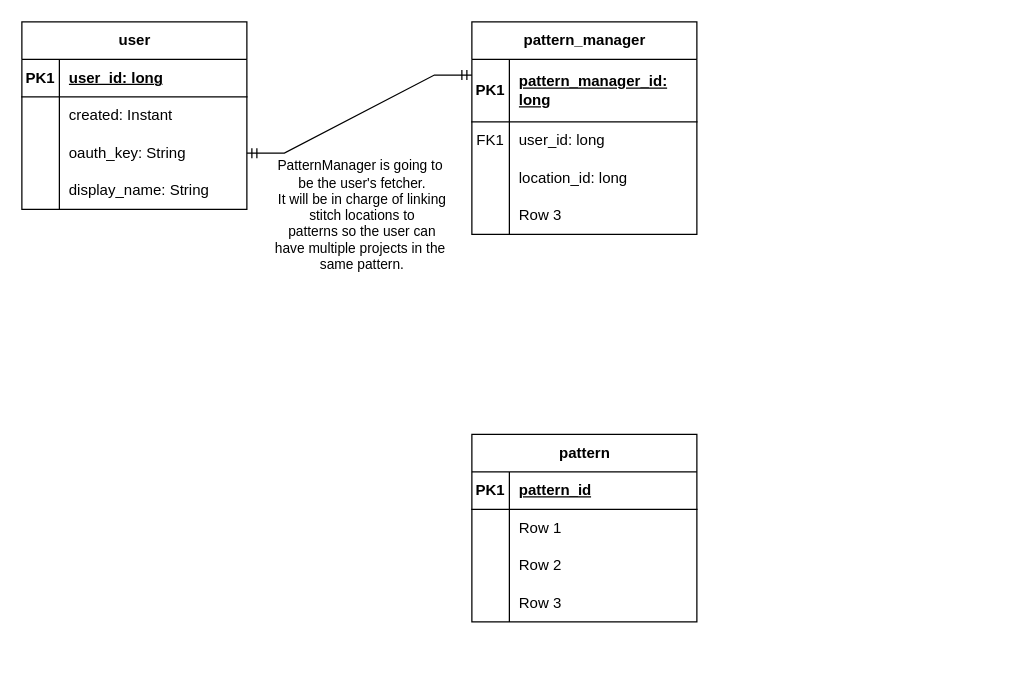
Above: work/erd.drawio in ddc-java-17/sereknitty-thedaniellescott (draw.io), before the change. Source tidied: cells renumbered, new cells numbered last; positions are measured from the earlier drawing's top-left corner, leaving out a move shared by most shapes. Both pictures are drawn from the tidied source at 125%, with x=0, y=0 at pixel (21, -54).
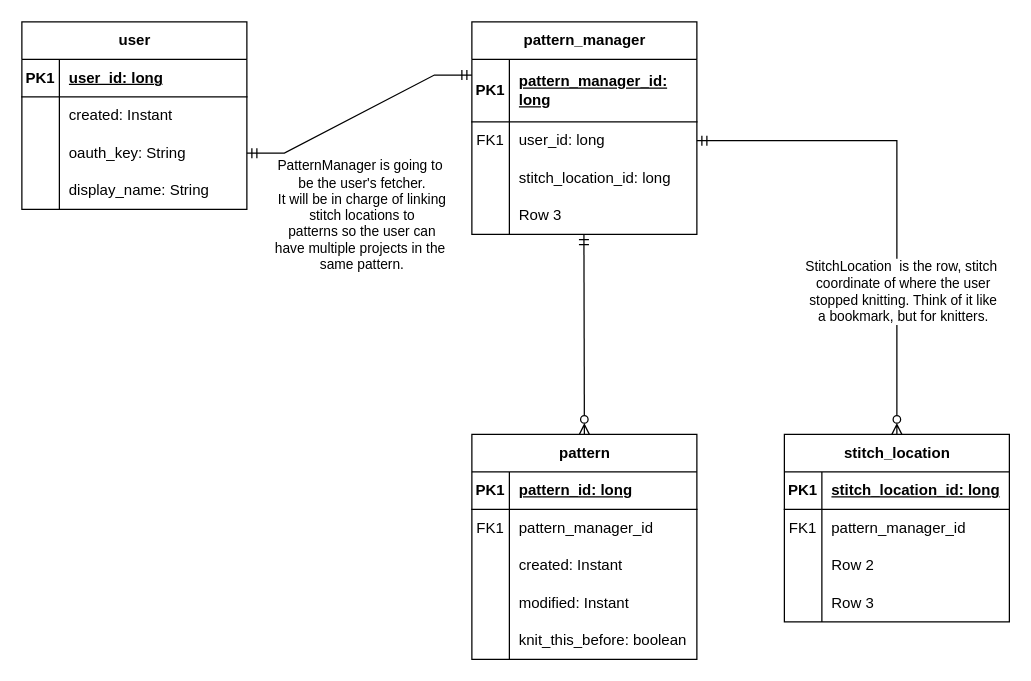
The same page after the edit.

Commit message (it also covers changes not shown here):
I deleted a drawio... something. Updated ERD. If the last commit wasn't obvious enough, I also added a StitchLocation entity. StitchLocation in progress.

The change refers to these unchanged cells:
```xml
<mxCell id="19" style="shape=tableRow;horizontal=0;startSize=0;swimlaneHead=0;swimlaneBody=0;fillColor=none;points=[[0,0.5],[1,0.5]];portConstraint=eastwest;top=0;left=0;right=0;bottom=0;" parent="15" vertex="1">
  <mxGeometry y="80" width="180" height="30" as="geometry" />
</mxCell>
<mxCell id="22" style="shape=tableRow;horizontal=0;startSize=0;swimlaneHead=0;swimlaneBody=0;fillColor=none;top=0;left=0;right=0;bottom=0;" parent="15" vertex="1">
  <mxGeometry y="110" width="180" height="30" as="geometry" />
</mxCell>
<mxCell id="25" style="shape=tableRow;horizontal=0;startSize=0;swimlaneHead=0;swimlaneBody=0;fillColor=none;points=[[0,0.5],[1,0.5]];portConstraint=eastwest;top=0;left=0;right=0;bottom=0;" parent="15" vertex="1">
  <mxGeometry y="140" width="180" height="30" as="geometry" />
</mxCell>
<mxCell id="31" style="shape=tableRow;horizontal=0;startSize=0;swimlaneHead=0;swimlaneBody=0;fillColor=none;top=0;left=0;right=0;bottom=1;" parent="30" vertex="1">
  <mxGeometry y="30" width="180" height="30" as="geometry" />
</mxCell>
<mxCell id="34" style="shape=tableRow;horizontal=0;startSize=0;swimlaneHead=0;swimlaneBody=0;fillColor=none;top=0;left=0;right=0;bottom=0;" parent="30" vertex="1">
  <mxGeometry y="60" width="180" height="30" as="geometry" />
</mxCell>
```

Change to the diagram source:
```diff
@@
-    <mxCell id="24" value="location_id: long" style="shape=partialRectangle;fillColor=none;top=0;left=0;bottom=0;right=0;align=left;spacingLeft=6;overflow=hidden;whiteSpace=wrap;html=1;" parent="22" vertex="1">
+    <mxCell id="24" value="stitch_location_id: long" style="shape=partialRectangle;fillColor=none;top=0;left=0;bottom=0;right=0;align=left;spacingLeft=6;overflow=hidden;whiteSpace=wrap;html=1;" parent="22" vertex="1">
       <mxGeometry x="30" width="150" height="30" as="geometry" />
     </mxCell>
@@
     <mxCell id="30" value="pattern" style="shape=table;startSize=30;childLayout=tableLayout;rowLines=0;fontStyle=1;align=center;html=1;" parent="1" vertex="1">
-      <mxGeometry x="360" y="390" width="180" height="150" as="geometry" />
+      <mxGeometry x="360" y="390" width="180" height="180" as="geometry" />
     </mxCell>
@@
-    <mxCell id="33" value="pattern_id" style="shape=partialRectangle;fillColor=none;top=0;left=0;bottom=0;right=0;align=left;spacingLeft=6;fontStyle=5;overflow=hidden;whiteSpace=wrap;html=1;" parent="31" vertex="1">
+    <mxCell id="33" value="pattern_id: long" style="shape=partialRectangle;fillColor=none;top=0;left=0;bottom=0;right=0;align=left;spacingLeft=6;fontStyle=5;overflow=hidden;whiteSpace=wrap;html=1;" parent="31" vertex="1">
       <mxGeometry x="30" width="150" height="30" as="geometry" />
     </mxCell>
@@
-    <mxCell id="35" style="shape=partialRectangle;fillColor=none;top=0;left=0;bottom=0;right=0;overflow=hidden;whiteSpace=wrap;html=1;" parent="34" vertex="1">
+    <mxCell id="35" value="FK1" style="shape=partialRectangle;fillColor=none;top=0;left=0;bottom=0;right=0;overflow=hidden;whiteSpace=wrap;html=1;" parent="34" vertex="1">
       <mxGeometry width="30" height="30" as="geometry" />
     </mxCell>
-    <mxCell id="36" value="Row 1" style="shape=partialRectangle;fillColor=none;top=0;left=0;bottom=0;right=0;align=left;spacingLeft=6;overflow=hidden;whiteSpace=wrap;html=1;" parent="34" vertex="1">
+    <mxCell id="36" value="pattern_manager_id" style="shape=partialRectangle;fillColor=none;top=0;left=0;bottom=0;right=0;align=left;spacingLeft=6;overflow=hidden;whiteSpace=wrap;html=1;" parent="34" vertex="1">
       <mxGeometry x="30" width="150" height="30" as="geometry" />
     </mxCell>
+    <mxCell id="43" style="shape=tableRow;horizontal=0;startSize=0;swimlaneHead=0;swimlaneBody=0;fillColor=none;top=0;left=0;right=0;bottom=0;" parent="30" vertex="1">
+      <mxGeometry y="90" width="180" height="30" as="geometry" />
+    </mxCell>
+    <mxCell id="44" style="shape=partialRectangle;fillColor=none;top=0;left=0;bottom=0;right=0;overflow=hidden;whiteSpace=wrap;html=1;" parent="43" vertex="1">
+      <mxGeometry width="30" height="30" as="geometry" />
+    </mxCell>
+    <mxCell id="45" value="created: Instant" style="shape=partialRectangle;fillColor=none;top=0;left=0;bottom=0;right=0;align=left;spacingLeft=6;overflow=hidden;whiteSpace=wrap;html=1;" parent="43" vertex="1">
+      <mxGeometry x="30" width="150" height="30" as="geometry" />
+    </mxCell>
     <mxCell id="37" style="shape=tableRow;horizontal=0;startSize=0;swimlaneHead=0;swimlaneBody=0;fillColor=none;top=0;left=0;right=0;bottom=0;" parent="30" vertex="1">
-      <mxGeometry y="90" width="180" height="30" as="geometry" />
+      <mxGeometry y="120" width="180" height="30" as="geometry" />
     </mxCell>
@@
-    <mxCell id="39" value="Row 2" style="shape=partialRectangle;fillColor=none;top=0;left=0;bottom=0;right=0;align=left;spacingLeft=6;overflow=hidden;whiteSpace=wrap;html=1;" parent="37" vertex="1">
+    <mxCell id="39" value="modified: Instant" style="shape=partialRectangle;fillColor=none;top=0;left=0;bottom=0;right=0;align=left;spacingLeft=6;overflow=hidden;whiteSpace=wrap;html=1;" parent="37" vertex="1">
       <mxGeometry x="30" width="150" height="30" as="geometry" />
     </mxCell>
     <mxCell id="40" style="shape=tableRow;horizontal=0;startSize=0;swimlaneHead=0;swimlaneBody=0;fillColor=none;top=0;left=0;right=0;bottom=0;" parent="30" vertex="1">
-      <mxGeometry y="120" width="180" height="30" as="geometry" />
+      <mxGeometry y="150" width="180" height="30" as="geometry" />
     </mxCell>
@@
-    <mxCell id="42" value="Row 3" style="shape=partialRectangle;fillColor=none;top=0;left=0;bottom=0;right=0;align=left;spacingLeft=6;overflow=hidden;whiteSpace=wrap;html=1;" parent="40" vertex="1">
+    <mxCell id="42" value="knit_this_before: boolean" style="shape=partialRectangle;fillColor=none;top=0;left=0;bottom=0;right=0;align=left;spacingLeft=6;overflow=hidden;whiteSpace=wrap;html=1;" parent="40" vertex="1">
       <mxGeometry x="30" width="150" height="30" as="geometry" />
     </mxCell>
+    <mxCell id="46" style="fontSize=12;html=1;endArrow=ERmandOne;startArrow=ERzeroToMany;rounded=0;endFill=0;entryX=0.498;entryY=1.007;entryDx=0;entryDy=0;entryPerimeter=0;exitX=0.5;exitY=0;exitDx=0;exitDy=0;startFill=0;" parent="1" edge="1" source="30" target="25">
+      <mxGeometry relative="1" as="geometry" />
+    </mxCell>
+    <mxCell id="47" value="stitch_location" style="shape=table;startSize=30;childLayout=tableLayout;rowLines=0;fontStyle=1;align=center;html=1;" parent="1" vertex="1">
+      <mxGeometry x="610" y="390" width="180" height="150" as="geometry" />
+    </mxCell>
+    <mxCell id="48" style="shape=tableRow;horizontal=0;startSize=0;swimlaneHead=0;swimlaneBody=0;fillColor=none;top=0;left=0;right=0;bottom=1;" parent="47" vertex="1">
+      <mxGeometry y="30" width="180" height="30" as="geometry" />
+    </mxCell>
+    <mxCell id="49" value="PK1" style="shape=partialRectangle;fillColor=none;top=0;left=0;bottom=0;right=0;fontStyle=1;overflow=hidden;whiteSpace=wrap;html=1;" parent="48" vertex="1">
+      <mxGeometry width="30" height="30" as="geometry" />
+    </mxCell>
+    <mxCell id="50" value="stitch_location_id: long" style="shape=partialRectangle;fillColor=none;top=0;left=0;bottom=0;right=0;align=left;spacingLeft=6;fontStyle=5;overflow=hidden;whiteSpace=wrap;html=1;" parent="48" vertex="1">
+      <mxGeometry x="30" width="150" height="30" as="geometry" />
+    </mxCell>
+    <mxCell id="51" style="shape=tableRow;horizontal=0;startSize=0;swimlaneHead=0;swimlaneBody=0;fillColor=none;top=0;left=0;right=0;bottom=0;" parent="47" vertex="1">
+      <mxGeometry y="60" width="180" height="30" as="geometry" />
+    </mxCell>
+    <mxCell id="52" value="FK1" style="shape=partialRectangle;fillColor=none;top=0;left=0;bottom=0;right=0;overflow=hidden;whiteSpace=wrap;html=1;" parent="51" vertex="1">
+      <mxGeometry width="30" height="30" as="geometry" />
+    </mxCell>
+    <mxCell id="53" value="pattern_manager_id" style="shape=partialRectangle;fillColor=none;top=0;left=0;bottom=0;right=0;align=left;spacingLeft=6;overflow=hidden;whiteSpace=wrap;html=1;" parent="51" vertex="1">
+      <mxGeometry x="30" width="150" height="30" as="geometry" />
+    </mxCell>
+    <mxCell id="54" style="shape=tableRow;horizontal=0;startSize=0;swimlaneHead=0;swimlaneBody=0;fillColor=none;top=0;left=0;right=0;bottom=0;" parent="47" vertex="1">
+      <mxGeometry y="90" width="180" height="30" as="geometry" />
+    </mxCell>
+    <mxCell id="55" style="shape=partialRectangle;fillColor=none;top=0;left=0;bottom=0;right=0;overflow=hidden;whiteSpace=wrap;html=1;" parent="54" vertex="1">
+      <mxGeometry width="30" height="30" as="geometry" />
+    </mxCell>
+    <mxCell id="56" value="Row 2" style="shape=partialRectangle;fillColor=none;top=0;left=0;bottom=0;right=0;align=left;spacingLeft=6;overflow=hidden;whiteSpace=wrap;html=1;" parent="54" vertex="1">
+      <mxGeometry x="30" width="150" height="30" as="geometry" />
+    </mxCell>
+    <mxCell id="57" style="shape=tableRow;horizontal=0;startSize=0;swimlaneHead=0;swimlaneBody=0;fillColor=none;top=0;left=0;right=0;bottom=0;" parent="47" vertex="1">
+      <mxGeometry y="120" width="180" height="30" as="geometry" />
+    </mxCell>
+    <mxCell id="58" style="shape=partialRectangle;fillColor=none;top=0;left=0;bottom=0;right=0;overflow=hidden;whiteSpace=wrap;html=1;" parent="57" vertex="1">
+      <mxGeometry width="30" height="30" as="geometry" />
+    </mxCell>
+    <mxCell id="59" value="Row 3" style="shape=partialRectangle;fillColor=none;top=0;left=0;bottom=0;right=0;align=left;spacingLeft=6;overflow=hidden;whiteSpace=wrap;html=1;" parent="57" vertex="1">
+      <mxGeometry x="30" width="150" height="30" as="geometry" />
+    </mxCell>
+    <mxCell id="60" style="fontSize=12;html=1;endArrow=ERmandOne;startArrow=ERzeroToMany;rounded=0;endFill=0;entryX=1;entryY=0.5;entryDx=0;entryDy=0;exitX=0.5;exitY=0;exitDx=0;exitDy=0;startFill=0;edgeStyle=orthogonalEdgeStyle;" parent="1" edge="1" source="47" target="19">
+      <mxGeometry relative="1" as="geometry" />
+    </mxCell>
+    <mxCell id="61" value="StitchLocation&amp;nbsp; is the row, stitch&amp;nbsp;&lt;br&gt;coordinate of where the user&lt;br&gt;stopped knitting. Think of it like&lt;br&gt;a bookmark, but for knitters." style="edgeLabel;html=1;align=center;verticalAlign=middle;" parent="60" vertex="1">
+      <mxGeometry x="-0.42" y="-4" relative="1" as="geometry" />
+    </mxCell>
```
